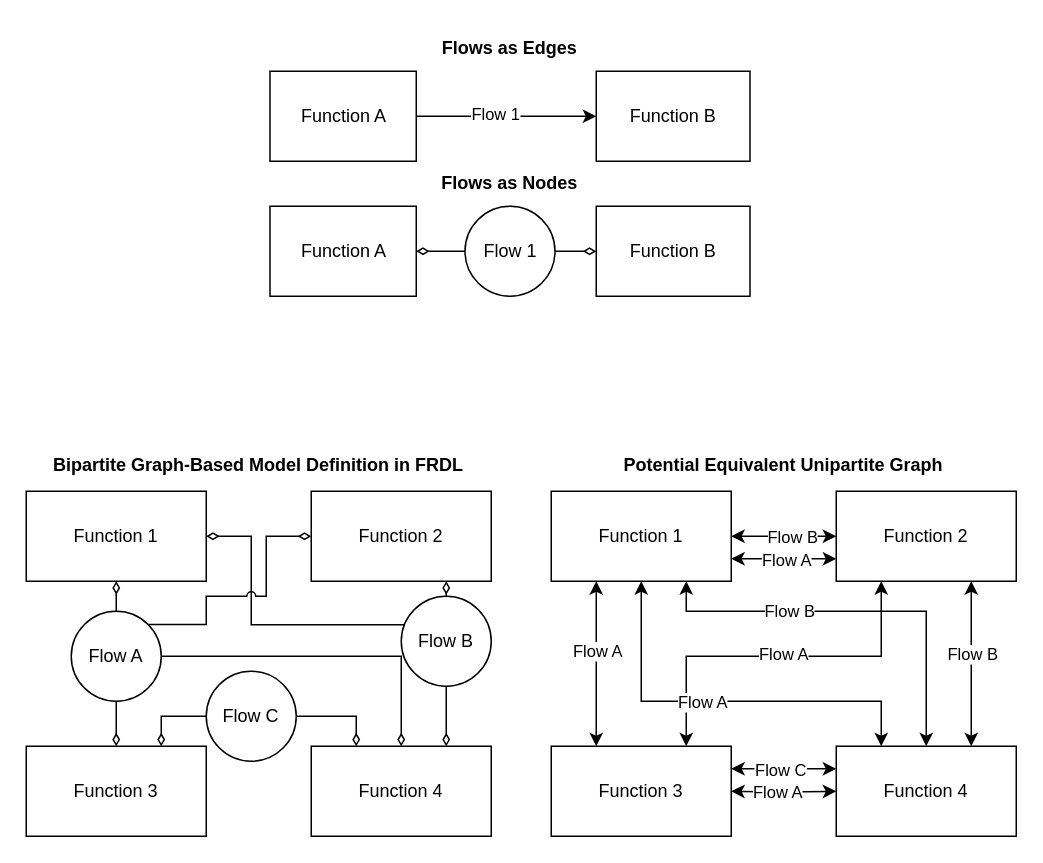
This is docs-source/figures/frdl/concepts/flow_edges_vs_nodes.drawio from nasa/fmdtools, a draw.io file, before an edit. Source tidied: cells renumbered, new cells numbered last; positions are measured from the earlier drawing's top-left corner, leaving out a move shared by most shapes. Both pictures are drawn from the tidied source at 150%, with x=0, y=0 at pixel (26, 26).
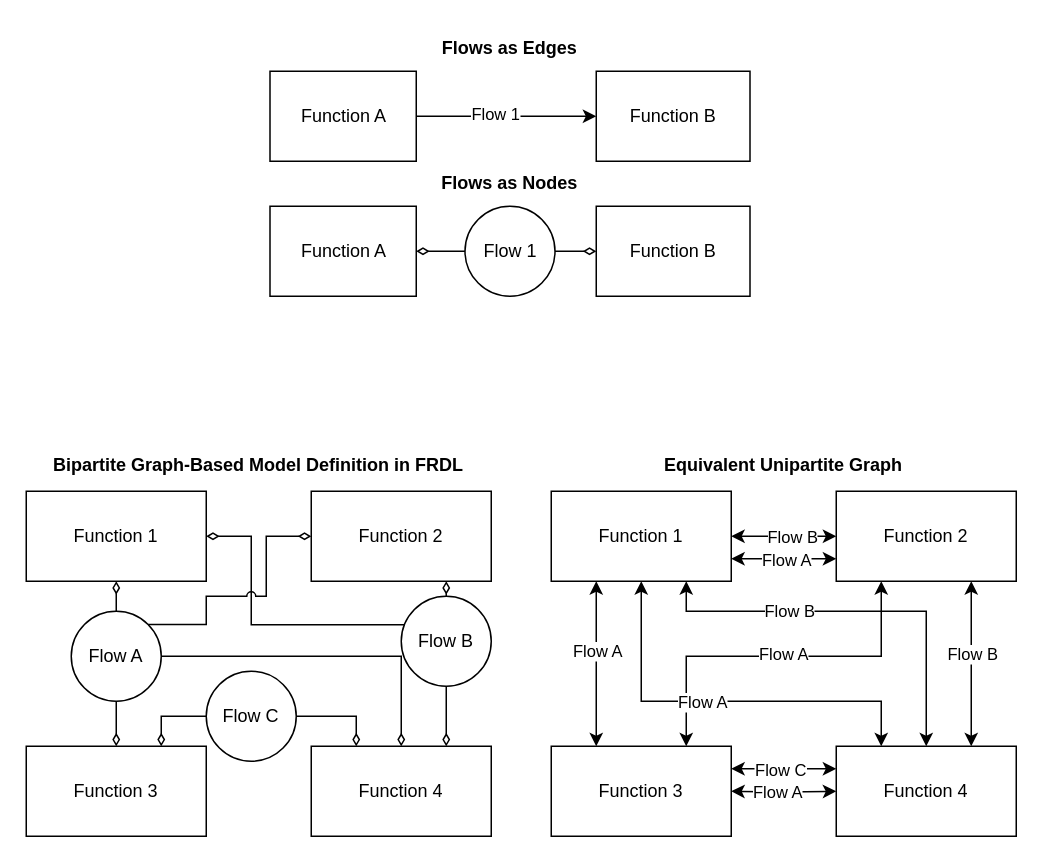
After the change.

Diff of the diagram source:
```diff
@@
-    <mxCell id="52" value="&lt;b&gt;Potential Equivalent Unipartite Graph&lt;/b&gt;" style="text;html=1;strokeColor=none;fillColor=none;align=center;verticalAlign=middle;whiteSpace=wrap;rounded=0;" parent="1" vertex="1">
+    <mxCell id="52" value="&lt;b&gt;Equivalent Unipartite Graph&lt;/b&gt;" style="text;html=1;strokeColor=none;fillColor=none;align=center;verticalAlign=middle;whiteSpace=wrap;rounded=0;" parent="1" vertex="1">
       <mxGeometry x="350" y="278" width="310" height="30" as="geometry" />
     </mxCell>
```
